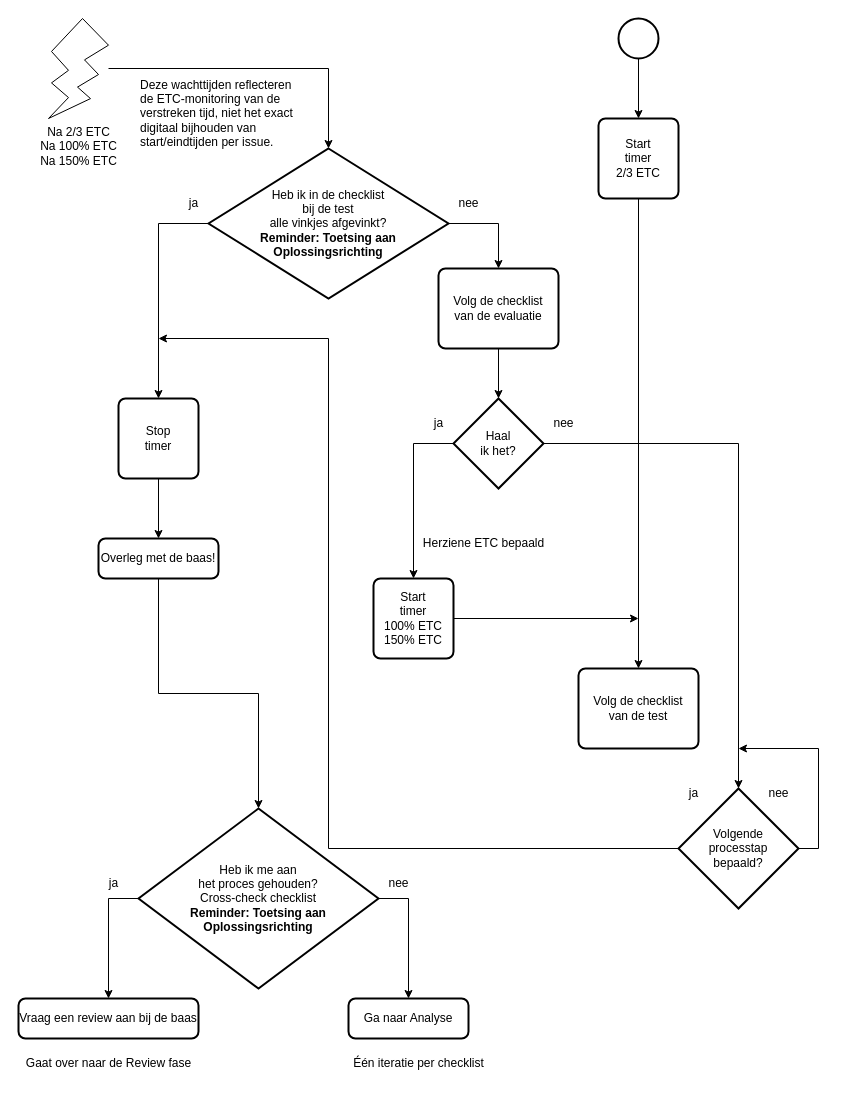
This is 5 Issue Tracker test.drawio from Zaibatsu89/IssueTracker, a draw.io file, before an edit. Source tidied: cells renumbered, new cells numbered last; positions are measured from the earlier drawing's top-left corner, leaving out a move shared by most shapes. Both pictures are drawn from the tidied source at 100%, with x=0, y=0 at pixel (18, 18).
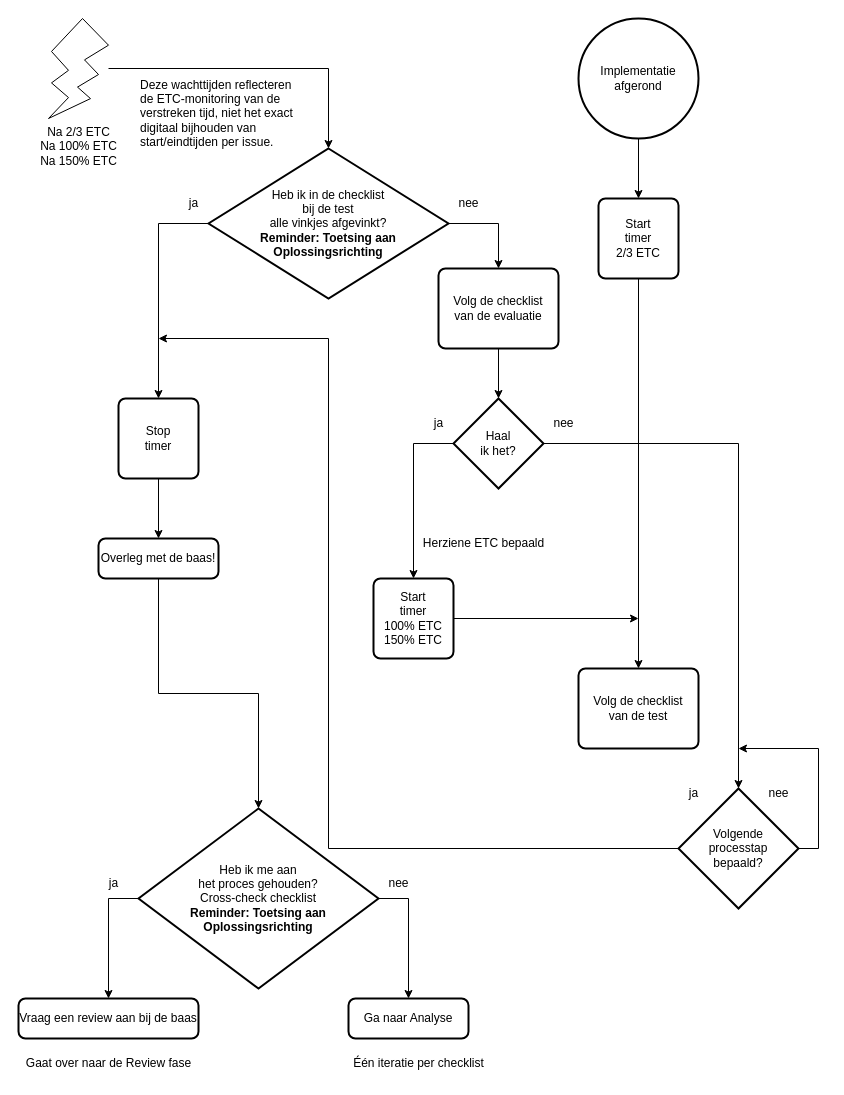
After the change.

Commit message (it also covers changes not shown here):
Vervang witte bolletje door "{naam van vorige processtap} afgerond" in flowcharts

The edit, as a diff of the source:
```diff
@@
-    <mxCell id="3" style="strokeWidth=2;html=1;shape=mxgraph.flowchart.start_2;whiteSpace=wrap;" parent="1" vertex="1">
-      <mxGeometry x="600" width="40" height="40" as="geometry" />
+    <mxCell id="3" value="Implementatie&lt;div&gt;afgerond&lt;/div&gt;" style="strokeWidth=2;html=1;shape=mxgraph.flowchart.start_2;whiteSpace=wrap;" parent="1" vertex="1">
+      <mxGeometry x="560" width="120" height="120" as="geometry" />
     </mxCell>
@@
     <mxCell id="27" value="Start&lt;br&gt;timer&lt;br&gt;2/3 ETC" style="rounded=1;whiteSpace=wrap;html=1;absoluteArcSize=1;arcSize=14;strokeWidth=2;" parent="1" vertex="1">
-      <mxGeometry x="580" y="100" width="80" height="80" as="geometry" />
+      <mxGeometry x="580" y="180" width="80" height="80" as="geometry" />
     </mxCell>
```
